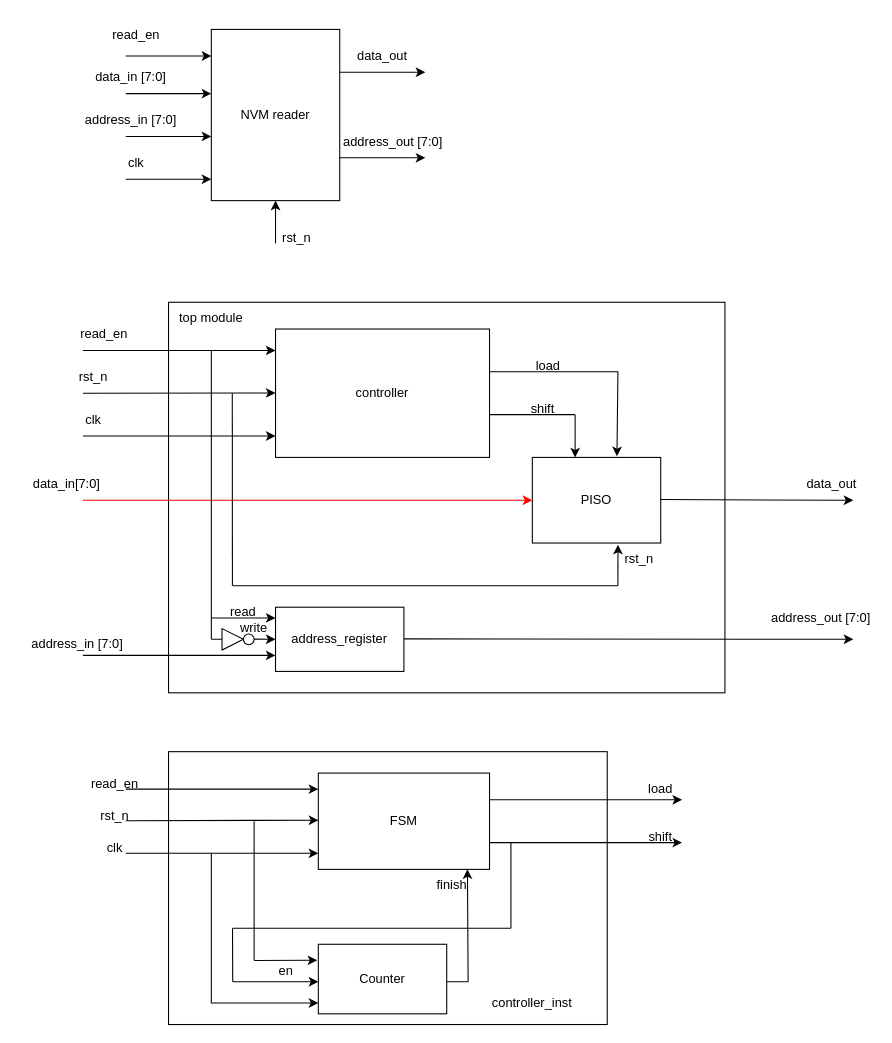
Before: page "High level specification" (1 of 3) of NVM.drawio in 106210049/NVM-reader, a draw.io diagram. Source tidied: cells renumbered, new cells numbered last; positions are measured from the earlier drawing's top-left corner, leaving out a move shared by most shapes. Both pictures are drawn from the tidied source at 107%, with x=0, y=0 at pixel (18, 18).
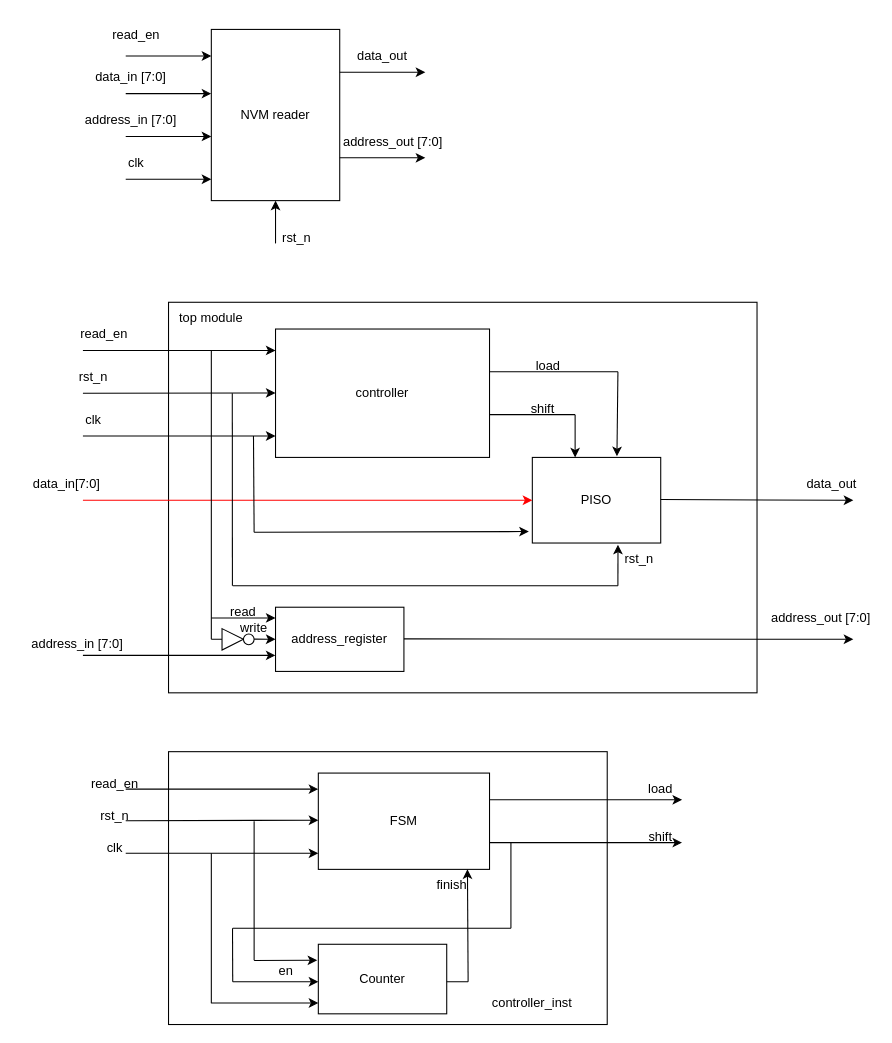
The same page after the edit.

The change refers to these unchanged cells:
```xml
<mxCell id="18" value="PISO" style="rounded=0;whiteSpace=wrap;html=1;" parent="1" vertex="1">
  <mxGeometry x="480" y="410" width="120" height="80" as="geometry" />
</mxCell>
```

Change to the diagram source:
```diff
@@
+    <mxCell id="81" style="rounded=0;whiteSpace=wrap;html=1;" parent="1" vertex="1">
+      <mxGeometry x="140" y="265" width="550" height="365" as="geometry" />
+    </mxCell>
@@
-    <mxCell id="3" style="rounded=0;whiteSpace=wrap;html=1;" parent="1" vertex="1">
-      <mxGeometry x="140" y="265" width="520" height="365" as="geometry" />
-    </mxCell>
@@
+    <mxCell id="82" style="endArrow=none;html=1;rounded=0;" parent="1" edge="1">
+      <mxGeometry relative="1" as="geometry">
+        <mxPoint x="220" y="480" as="sourcePoint" />
+        <mxPoint x="219.4" y="390" as="targetPoint" />
+      </mxGeometry>
+    </mxCell>
+    <mxCell id="83" style="endArrow=classic;html=1;rounded=0;entryX=-0.027;entryY=0.866;entryDx=0;entryDy=0;entryPerimeter=0;" parent="1" edge="1" target="18">
+      <mxGeometry relative="1" as="geometry">
+        <mxPoint x="220" y="480" as="sourcePoint" />
+      </mxGeometry>
+    </mxCell>
```
